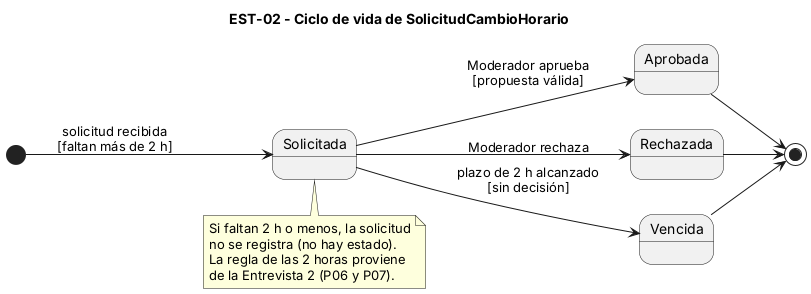
E-SportsFocus/Organizacion_de_torneos keeps this PlantUML diagram as diagramas/est-02.png. Above is the earlier version. The source it was exported from:
```plantuml
@startuml est-02
title EST-02 - Ciclo de vida de SolicitudCambioHorario
left to right direction

[*] --> Solicitada : solicitud recibida\n[faltan más de 2 h]

Solicitada --> Aprobada : Moderador aprueba\n[propuesta válida]
Solicitada --> Rechazada : Moderador rechaza
Solicitada --> Vencida : plazo de 2 h alcanzado\n[sin decisión]

Aprobada --> [*]
Rechazada --> [*]
Vencida --> [*]

note bottom of Solicitada
  Si faltan 2 h o menos, la solicitud
  no se registra (no hay estado).
  La regla de las 2 horas proviene
  de la Entrevista 2 (P06 y P07).
end note
@enduml
```
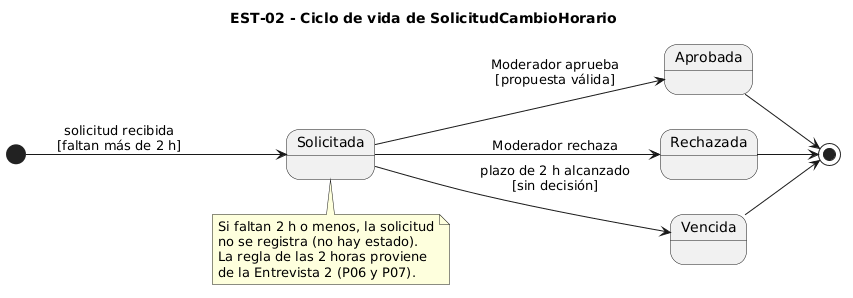
After the commit.

Change to the diagram source:
```diff
@@ -1,4 +1,4 @@
-@startuml est-02
+@startuml
 title EST-02 - Ciclo de vida de SolicitudCambioHorario
 left to right direction
 
```
